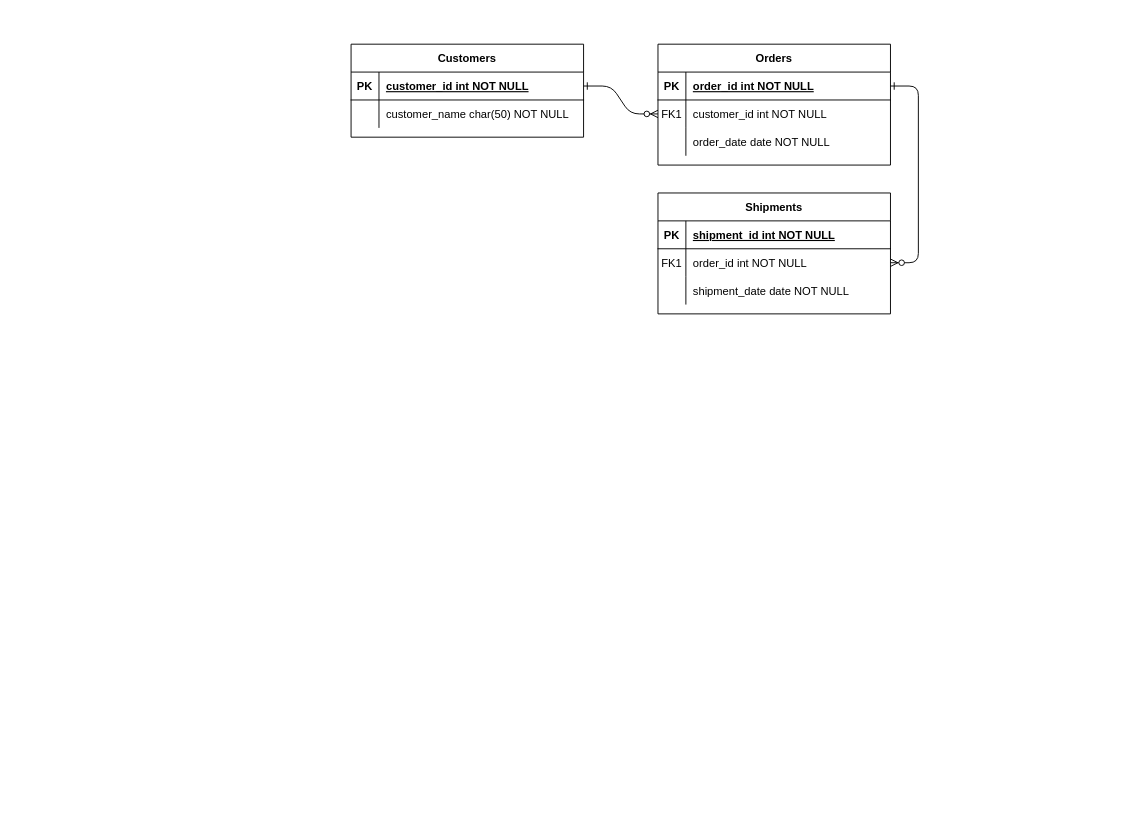
DiaaRafat01/Documentation keeps this draw.io diagram as Untitled Diagram.drawio. Above is the earlier version. Source tidied: cells renumbered, new cells numbered last; positions are measured from the earlier drawing's top-left corner, leaving out a move shared by most shapes. Both pictures are drawn from the tidied source at 93%, with x=0, y=0 at pixel (351, 44).
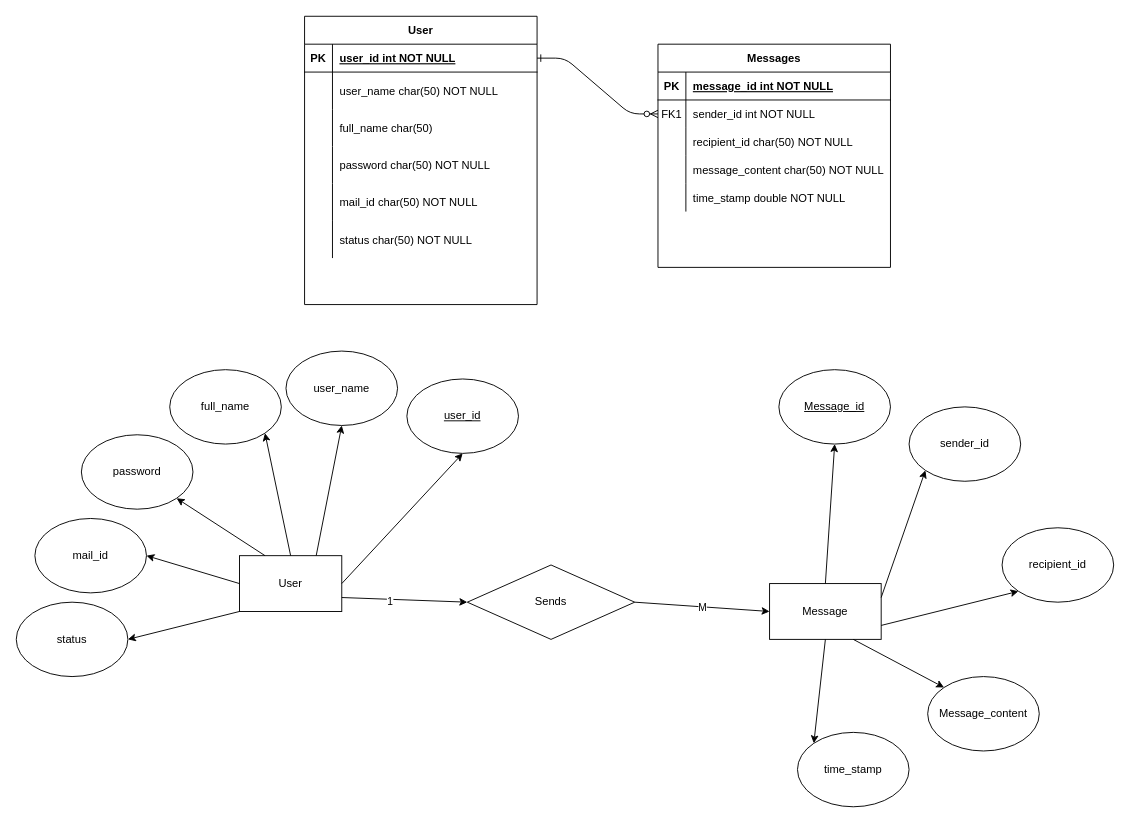
The same diagram, later.

Commit message:
Update simple chat application Diagram.drawio

Unchanged cells that the change refers to:
```xml
<mxCell id="5" style="shape=partialRectangle;fillColor=none;points=[[0,0.5],[1,0.5]];portConstraint=eastwest;top=0;left=0;right=0;bottom=1;" parent="4" vertex="1">
  <mxGeometry y="30" width="250" height="30" as="geometry" />
</mxCell>
<mxCell id="8" style="shape=partialRectangle;fillColor=none;points=[[0,0.5],[1,0.5]];portConstraint=eastwest;top=0;left=0;right=0;bottom=0;" parent="4" vertex="1">
  <mxGeometry y="60" width="250" height="30" as="geometry" />
</mxCell>
<mxCell id="11" style="shape=partialRectangle;fillColor=none;top=0;left=0;right=0;bottom=0;" parent="4" vertex="1">
  <mxGeometry y="90" width="250" height="30" as="geometry" />
</mxCell>
<mxCell id="25" style="shape=partialRectangle;fillColor=none;points=[[0,0.5],[1,0.5]];portConstraint=eastwest;top=0;left=0;right=0;bottom=1;" parent="24" vertex="1">
  <mxGeometry y="30" width="250" height="30" as="geometry" />
</mxCell>
```

Diff of the diagram source:
```diff
@@
-    <mxCell id="3" style="edgeStyle=entityRelationEdgeStyle;endArrow=ERzeroToMany;startArrow=ERone;endFill=1;startFill=0;" parent="1" edge="1" source="5" target="18">
-      <mxGeometry relative="1" as="geometry" />
-    </mxCell>
-    <mxCell id="4" value="Orders" style="shape=table;startSize=30;childLayout=tableLayout;rowLines=0;fontStyle=1;align=center;" parent="1" vertex="1">
-      <mxGeometry x="330" width="250" height="130" as="geometry" />
+    <mxCell id="4" value="Messages" style="shape=table;startSize=30;childLayout=tableLayout;rowLines=0;fontStyle=1;align=center;" parent="1" vertex="1">
+      <mxGeometry x="330" width="250" height="240" as="geometry" />
     </mxCell>
@@
-    <mxCell id="7" value="order_id int NOT NULL " style="shape=partialRectangle;overflow=hidden;fillColor=none;top=0;left=0;bottom=0;right=0;align=left;spacingLeft=6;fontStyle=5;" parent="5" vertex="1">
+    <mxCell id="7" value="message_id int NOT NULL " style="shape=partialRectangle;overflow=hidden;fillColor=none;top=0;left=0;bottom=0;right=0;align=left;spacingLeft=6;fontStyle=5;" parent="5" vertex="1">
       <mxGeometry x="30" width="220" height="30" as="geometry" />
     </mxCell>
@@
-    <mxCell id="10" value="customer_id int NOT NULL" style="shape=partialRectangle;overflow=hidden;fillColor=none;top=0;left=0;bottom=0;right=0;align=left;spacingLeft=6;" parent="8" vertex="1">
+    <mxCell id="10" value="sender_id int NOT NULL" style="shape=partialRectangle;overflow=hidden;fillColor=none;top=0;left=0;bottom=0;right=0;align=left;spacingLeft=6;" parent="8" vertex="1">
       <mxGeometry x="30" width="220" height="30" as="geometry" />
     </mxCell>
@@
-    <mxCell id="13" value="order_date date NOT NULL" style="shape=partialRectangle;overflow=hidden;fillColor=none;top=0;left=0;bottom=0;right=0;align=left;spacingLeft=6;" parent="11" vertex="1">
+    <mxCell id="13" value="recipient_id char(50) NOT NULL" style="shape=partialRectangle;overflow=hidden;fillColor=none;top=0;left=0;bottom=0;right=0;align=left;spacingLeft=6;" parent="11" vertex="1">
       <mxGeometry x="30" width="220" height="30" as="geometry" />
     </mxCell>
-    <mxCell id="14" value="Shipments" style="shape=table;startSize=30;childLayout=tableLayout;rowLines=0;fontStyle=1;align=center;" parent="1" vertex="1">
-      <mxGeometry x="330" y="160" width="250" height="130" as="geometry" />
-    </mxCell>
-    <mxCell id="15" style="shape=partialRectangle;fillColor=none;top=0;left=0;right=0;bottom=1;" parent="14" vertex="1">
-      <mxGeometry y="30" width="250" height="30" as="geometry" />
-    </mxCell>
-    <mxCell id="16" value="PK" style="shape=partialRectangle;overflow=hidden;fillColor=none;top=0;left=0;bottom=0;right=0;fontStyle=1;" parent="15" vertex="1">
-      <mxGeometry width="30" height="30" as="geometry" />
-    </mxCell>
-    <mxCell id="17" value="shipment_id int NOT NULL " style="shape=partialRectangle;overflow=hidden;fillColor=none;top=0;left=0;bottom=0;right=0;align=left;spacingLeft=6;fontStyle=5;" parent="15" vertex="1">
-      <mxGeometry x="30" width="220" height="30" as="geometry" />
-    </mxCell>
-    <mxCell id="18" style="shape=partialRectangle;fillColor=none;points=[[0,0.5],[1,0.5]];portConstraint=eastwest;top=0;left=0;right=0;bottom=0;" parent="14" vertex="1">
-      <mxGeometry y="60" width="250" height="30" as="geometry" />
-    </mxCell>
-    <mxCell id="19" value="FK1" style="shape=partialRectangle;overflow=hidden;fillColor=none;top=0;left=0;bottom=0;right=0;" parent="18" vertex="1">
-      <mxGeometry width="30" height="30" as="geometry" />
-    </mxCell>
-    <mxCell id="20" value="order_id int NOT NULL" style="shape=partialRectangle;overflow=hidden;fillColor=none;top=0;left=0;bottom=0;right=0;align=left;spacingLeft=6;" parent="18" vertex="1">
-      <mxGeometry x="30" width="220" height="30" as="geometry" />
-    </mxCell>
-    <mxCell id="21" style="shape=partialRectangle;fillColor=none;top=0;left=0;right=0;bottom=0;" parent="14" vertex="1">
-      <mxGeometry y="90" width="250" height="30" as="geometry" />
-    </mxCell>
-    <mxCell id="22" style="shape=partialRectangle;overflow=hidden;fillColor=none;top=0;left=0;bottom=0;right=0;" parent="21" vertex="1">
-      <mxGeometry width="30" height="30" as="geometry" />
-    </mxCell>
-    <mxCell id="23" value="shipment_date date NOT NULL" style="shape=partialRectangle;overflow=hidden;fillColor=none;top=0;left=0;bottom=0;right=0;align=left;spacingLeft=6;" parent="21" vertex="1">
-      <mxGeometry x="30" width="220" height="30" as="geometry" />
-    </mxCell>
+    <mxCell id="31" style="shape=partialRectangle;fillColor=none;top=0;left=0;right=0;bottom=0;" parent="4" vertex="1">
+      <mxGeometry y="120" width="250" height="30" as="geometry" />
+    </mxCell>
+    <mxCell id="32" style="shape=partialRectangle;overflow=hidden;fillColor=none;top=0;left=0;bottom=0;right=0;" parent="31" vertex="1">
+      <mxGeometry width="30" height="30" as="geometry" />
+    </mxCell>
+    <mxCell id="33" value="message_content char(50) NOT NULL" style="shape=partialRectangle;overflow=hidden;fillColor=none;top=0;left=0;bottom=0;right=0;align=left;spacingLeft=6;" parent="31" vertex="1">
+      <mxGeometry x="30" width="220" height="30" as="geometry" />
+    </mxCell>
+    <mxCell id="34" style="shape=partialRectangle;fillColor=none;top=0;left=0;right=0;bottom=0;" parent="4" vertex="1">
+      <mxGeometry y="150" width="250" height="30" as="geometry" />
+    </mxCell>
+    <mxCell id="35" style="shape=partialRectangle;overflow=hidden;fillColor=none;top=0;left=0;bottom=0;right=0;" parent="34" vertex="1">
+      <mxGeometry width="30" height="30" as="geometry" />
+    </mxCell>
+    <mxCell id="36" value="time_stamp double NOT NULL" style="shape=partialRectangle;overflow=hidden;fillColor=none;top=0;left=0;bottom=0;right=0;align=left;spacingLeft=6;" parent="34" vertex="1">
+      <mxGeometry x="30" width="220" height="30" as="geometry" />
+    </mxCell>
-    <mxCell id="24" value="Customers" style="shape=table;startSize=30;childLayout=tableLayout;rowLines=0;fontStyle=1;align=center;" parent="1" vertex="1">
-      <mxGeometry width="250" height="100" as="geometry" />
+    <mxCell id="24" value="User" style="shape=table;startSize=30;childLayout=tableLayout;rowLines=0;fontStyle=1;align=center;" parent="1" vertex="1">
+      <mxGeometry x="-50" y="-30" width="250" height="310" as="geometry" />
     </mxCell>
@@
-    <mxCell id="27" value="customer_id int NOT NULL " style="shape=partialRectangle;overflow=hidden;fillColor=none;top=0;left=0;bottom=0;right=0;align=left;spacingLeft=6;fontStyle=5;" parent="25" vertex="1">
+    <mxCell id="27" value="user_id int NOT NULL " style="shape=partialRectangle;overflow=hidden;fillColor=none;top=0;left=0;bottom=0;right=0;align=left;spacingLeft=6;fontStyle=5;" parent="25" vertex="1">
       <mxGeometry x="30" width="220" height="30" as="geometry" />
     </mxCell>
     <mxCell id="28" style="shape=partialRectangle;fillColor=none;top=0;left=0;right=0;bottom=0;" parent="24" vertex="1">
-      <mxGeometry y="60" width="250" height="30" as="geometry" />
+      <mxGeometry y="60" width="250" height="40" as="geometry" />
     </mxCell>
     <mxCell id="29" style="shape=partialRectangle;overflow=hidden;fillColor=none;top=0;left=0;bottom=0;right=0;" parent="28" vertex="1">
-      <mxGeometry width="30" height="30" as="geometry" />
+      <mxGeometry width="30" height="40" as="geometry" />
     </mxCell>
-    <mxCell id="30" value="customer_name char(50) NOT NULL" style="shape=partialRectangle;overflow=hidden;fillColor=none;top=0;left=0;bottom=0;right=0;align=left;spacingLeft=6;" parent="28" vertex="1">
-      <mxGeometry x="30" width="220" height="30" as="geometry" />
+    <mxCell id="30" value="user_name char(50) NOT NULL" style="shape=partialRectangle;overflow=hidden;fillColor=none;top=0;left=0;bottom=0;right=0;align=left;spacingLeft=6;" parent="28" vertex="1">
+      <mxGeometry x="30" width="220" height="40" as="geometry" />
     </mxCell>
+    <mxCell id="37" style="shape=partialRectangle;fillColor=none;top=0;left=0;right=0;bottom=0;" parent="24" vertex="1">
+      <mxGeometry y="100" width="250" height="40" as="geometry" />
+    </mxCell>
+    <mxCell id="38" style="shape=partialRectangle;overflow=hidden;fillColor=none;top=0;left=0;bottom=0;right=0;" parent="37" vertex="1">
+      <mxGeometry width="30" height="40" as="geometry" />
+    </mxCell>
+    <mxCell id="39" value="full_name char(50)" style="shape=partialRectangle;overflow=hidden;fillColor=none;top=0;left=0;bottom=0;right=0;align=left;spacingLeft=6;" parent="37" vertex="1">
+      <mxGeometry x="30" width="220" height="40" as="geometry" />
+    </mxCell>
+    <mxCell id="40" style="shape=partialRectangle;fillColor=none;top=0;left=0;right=0;bottom=0;" parent="24" vertex="1">
+      <mxGeometry y="140" width="250" height="40" as="geometry" />
+    </mxCell>
+    <mxCell id="41" style="shape=partialRectangle;overflow=hidden;fillColor=none;top=0;left=0;bottom=0;right=0;" parent="40" vertex="1">
+      <mxGeometry width="30" height="40" as="geometry" />
+    </mxCell>
+    <mxCell id="42" value="password char(50) NOT NULL" style="shape=partialRectangle;overflow=hidden;fillColor=none;top=0;left=0;bottom=0;right=0;align=left;spacingLeft=6;" parent="40" vertex="1">
+      <mxGeometry x="30" width="220" height="40" as="geometry" />
+    </mxCell>
+    <mxCell id="43" style="shape=partialRectangle;fillColor=none;top=0;left=0;right=0;bottom=0;" parent="24" vertex="1">
+      <mxGeometry y="180" width="250" height="40" as="geometry" />
+    </mxCell>
+    <mxCell id="44" style="shape=partialRectangle;overflow=hidden;fillColor=none;top=0;left=0;bottom=0;right=0;" parent="43" vertex="1">
+      <mxGeometry width="30" height="40" as="geometry" />
+    </mxCell>
+    <mxCell id="45" value="mail_id char(50) NOT NULL" style="shape=partialRectangle;overflow=hidden;fillColor=none;top=0;left=0;bottom=0;right=0;align=left;spacingLeft=6;" parent="43" vertex="1">
+      <mxGeometry x="30" width="220" height="40" as="geometry" />
+    </mxCell>
+    <mxCell id="46" style="shape=partialRectangle;fillColor=none;top=0;left=0;right=0;bottom=0;" parent="24" vertex="1">
+      <mxGeometry y="220" width="250" height="40" as="geometry" />
+    </mxCell>
+    <mxCell id="47" style="shape=partialRectangle;overflow=hidden;fillColor=none;top=0;left=0;bottom=0;right=0;" parent="46" vertex="1">
+      <mxGeometry width="30" height="40" as="geometry" />
+    </mxCell>
+    <mxCell id="48" value="status char(50) NOT NULL" style="shape=partialRectangle;overflow=hidden;fillColor=none;top=0;left=0;bottom=0;right=0;align=left;spacingLeft=6;" parent="46" vertex="1">
+      <mxGeometry x="30" width="220" height="40" as="geometry" />
+    </mxCell>
+    <mxCell id="49" value="User" style="rounded=0;whiteSpace=wrap;html=1;" parent="1" vertex="1">
+      <mxGeometry x="-120" y="550" width="110" height="60" as="geometry" />
+    </mxCell>
+    <mxCell id="50" value="password" style="ellipse;whiteSpace=wrap;html=1;" parent="1" vertex="1">
+      <mxGeometry x="-290" y="420" width="120" height="80" as="geometry" />
+    </mxCell>
+    <mxCell id="51" value="status" style="ellipse;whiteSpace=wrap;html=1;" parent="1" vertex="1">
+      <mxGeometry x="-360" y="600" width="120" height="80" as="geometry" />
+    </mxCell>
+    <mxCell id="52" value="&lt;u&gt;user_id&lt;/u&gt;" style="ellipse;whiteSpace=wrap;html=1;" parent="1" vertex="1">
+      <mxGeometry x="60" y="360" width="120" height="80" as="geometry" />
+    </mxCell>
+    <mxCell id="53" value="user_name" style="ellipse;whiteSpace=wrap;html=1;" parent="1" vertex="1">
+      <mxGeometry x="-70" y="330" width="120" height="80" as="geometry" />
+    </mxCell>
+    <mxCell id="54" value="full_name" style="ellipse;whiteSpace=wrap;html=1;" parent="1" vertex="1">
+      <mxGeometry x="-195" y="350" width="120" height="80" as="geometry" />
+    </mxCell>
+    <mxCell id="55" value="mail_id" style="ellipse;whiteSpace=wrap;html=1;" parent="1" vertex="1">
+      <mxGeometry x="-340" y="510" width="120" height="80" as="geometry" />
+    </mxCell>
+    <mxCell id="56" style="endArrow=classic;html=1;rounded=0;exitX=0;exitY=0.5;exitDx=0;exitDy=0;entryX=1;entryY=0.5;entryDx=0;entryDy=0;" parent="1" edge="1" source="49" target="55">
+      <mxGeometry relative="1" as="geometry" />
+    </mxCell>
+    <mxCell id="57" style="endArrow=classic;html=1;rounded=0;exitX=0.25;exitY=0;exitDx=0;exitDy=0;entryX=1;entryY=1;entryDx=0;entryDy=0;" parent="1" edge="1" source="49" target="50">
+      <mxGeometry relative="1" as="geometry" />
+    </mxCell>
+    <mxCell id="58" style="endArrow=classic;html=1;rounded=0;exitX=0.5;exitY=0;exitDx=0;exitDy=0;entryX=1;entryY=1;entryDx=0;entryDy=0;" parent="1" edge="1" source="49" target="54">
+      <mxGeometry relative="1" as="geometry" />
+    </mxCell>
+    <mxCell id="59" style="endArrow=classic;html=1;rounded=0;entryX=0.5;entryY=1;entryDx=0;entryDy=0;exitX=0.75;exitY=0;exitDx=0;exitDy=0;" parent="1" edge="1" source="49" target="53">
+      <mxGeometry relative="1" as="geometry" />
+    </mxCell>
+    <mxCell id="60" style="endArrow=classic;html=1;rounded=0;exitX=1;exitY=0.5;exitDx=0;exitDy=0;entryX=0.5;entryY=1;entryDx=0;entryDy=0;" parent="1" edge="1" source="49" target="52">
+      <mxGeometry relative="1" as="geometry" />
+    </mxCell>
+    <mxCell id="61" style="endArrow=classic;html=1;rounded=0;exitX=0;exitY=1;exitDx=0;exitDy=0;entryX=1;entryY=0.5;entryDx=0;entryDy=0;" parent="1" edge="1" source="49" target="51">
+      <mxGeometry relative="1" as="geometry" />
+    </mxCell>
+    <mxCell id="62" value="Sends" style="rhombus;whiteSpace=wrap;html=1;" parent="1" vertex="1">
+      <mxGeometry x="125" y="560" width="180" height="80" as="geometry" />
+    </mxCell>
+    <mxCell id="63" style="endArrow=classic;html=1;rounded=0;exitX=1;exitY=0.75;exitDx=0;exitDy=0;entryX=0;entryY=0.5;entryDx=0;entryDy=0;" parent="1" edge="1" source="49" target="62">
+      <mxGeometry relative="1" as="geometry" />
+    </mxCell>
+    <mxCell id="64" value="1" style="edgeLabel;html=1;align=center;verticalAlign=middle;" parent="63" vertex="1">
+      <mxGeometry x="-0.23" y="-2" relative="1" as="geometry" />
+    </mxCell>
+    <mxCell id="65" value="Message" style="rounded=0;whiteSpace=wrap;html=1;" parent="1" vertex="1">
+      <mxGeometry x="450" y="580" width="120" height="60" as="geometry" />
+    </mxCell>
+    <mxCell id="66" value="sender_id" style="ellipse;whiteSpace=wrap;html=1;" parent="1" vertex="1">
+      <mxGeometry x="600" y="390" width="120" height="80" as="geometry" />
+    </mxCell>
+    <mxCell id="67" value="Message_content" style="ellipse;whiteSpace=wrap;html=1;" parent="1" vertex="1">
+      <mxGeometry x="620" y="680" width="120" height="80" as="geometry" />
+    </mxCell>
+    <mxCell id="68" value="recipient_id" style="ellipse;whiteSpace=wrap;html=1;" parent="1" vertex="1">
+      <mxGeometry x="700" y="520" width="120" height="80" as="geometry" />
+    </mxCell>
+    <mxCell id="69" value="&lt;u&gt;Message_id&lt;/u&gt;" style="ellipse;whiteSpace=wrap;html=1;" parent="1" vertex="1">
+      <mxGeometry x="460" y="350" width="120" height="80" as="geometry" />
+    </mxCell>
+    <mxCell id="70" style="endArrow=classic;html=1;rounded=0;exitX=0.5;exitY=0;exitDx=0;exitDy=0;entryX=0.5;entryY=1;entryDx=0;entryDy=0;" parent="1" edge="1" source="65" target="69">
+      <mxGeometry relative="1" as="geometry" />
+    </mxCell>
+    <mxCell id="71" style="endArrow=classic;html=1;rounded=0;exitX=1;exitY=0.25;exitDx=0;exitDy=0;entryX=0;entryY=1;entryDx=0;entryDy=0;" parent="1" edge="1" source="65" target="66">
+      <mxGeometry relative="1" as="geometry" />
+    </mxCell>
+    <mxCell id="72" style="endArrow=classic;html=1;rounded=0;exitX=1;exitY=0.75;exitDx=0;exitDy=0;entryX=0;entryY=1;entryDx=0;entryDy=0;" parent="1" edge="1" source="65" target="68">
+      <mxGeometry relative="1" as="geometry" />
+    </mxCell>
+    <mxCell id="73" style="endArrow=classic;html=1;rounded=0;exitX=0.75;exitY=1;exitDx=0;exitDy=0;entryX=0;entryY=0;entryDx=0;entryDy=0;" parent="1" edge="1" source="65" target="67">
+      <mxGeometry relative="1" as="geometry" />
+    </mxCell>
+    <mxCell id="74" value="time_stamp" style="ellipse;whiteSpace=wrap;html=1;" parent="1" vertex="1">
+      <mxGeometry x="480" y="740" width="120" height="80" as="geometry" />
+    </mxCell>
+    <mxCell id="75" style="endArrow=classic;html=1;rounded=0;entryX=0;entryY=0;entryDx=0;entryDy=0;exitX=0.5;exitY=1;exitDx=0;exitDy=0;" parent="1" edge="1" source="65" target="74">
+      <mxGeometry relative="1" as="geometry" />
+    </mxCell>
+    <mxCell id="76" style="endArrow=classic;html=1;rounded=0;exitX=1;exitY=0.5;exitDx=0;exitDy=0;entryX=0;entryY=0.5;entryDx=0;entryDy=0;" parent="1" edge="1" source="62" target="65">
+      <mxGeometry relative="1" as="geometry" />
+    </mxCell>
+    <mxCell id="77" value="M" style="edgeLabel;html=1;align=center;verticalAlign=middle;" parent="76" vertex="1">
+      <mxGeometry relative="1" as="geometry" />
+    </mxCell>
```
